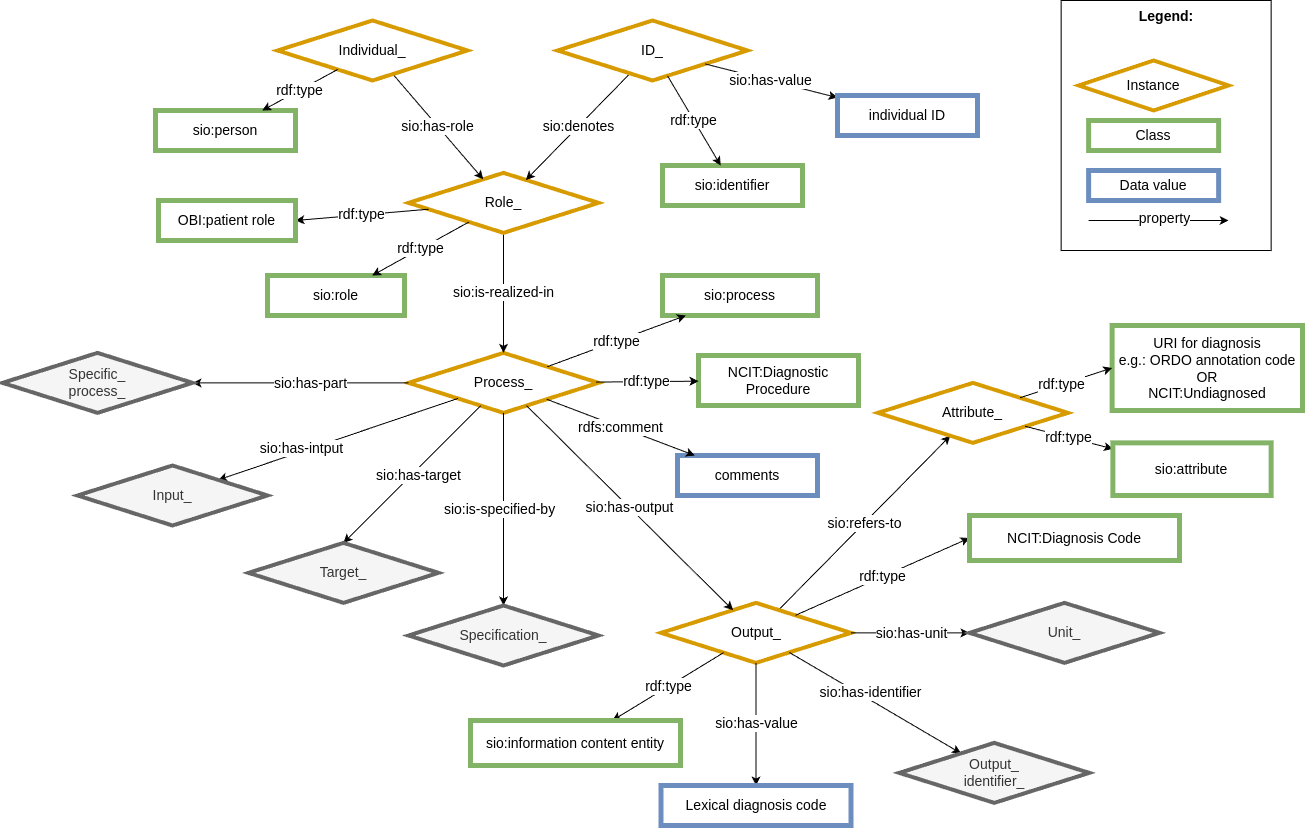
Earlier version of the draw.io export images/CARE-SM-Diagnosis.png (CARE-SM/CARE-Semantic-Model). Source tidied: cells renumbered, new cells last; positions are measured from the earlier drawing's top-left corner, leaving out a move shared by most shapes.
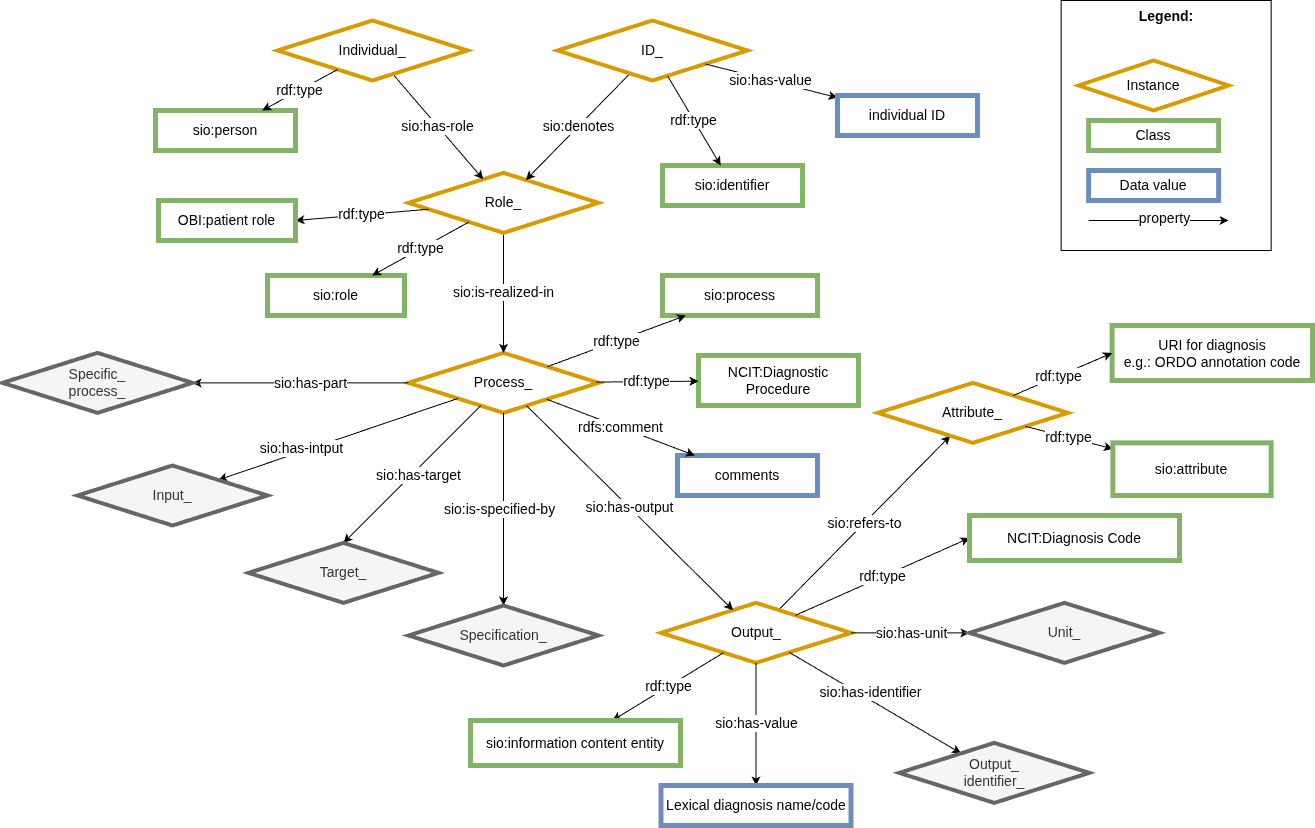
After the change.

Commit message:
Diagnosis image fix related to ORDO

What changed in the source:
```diff
@@ -158,8 +158,8 @@
     <mxCell id="48" value="NCIT:Diagnosis Code" style="whiteSpace=wrap;html=1;fillColor=#FFFFFF;strokeColor=#82b366;strokeWidth=5;fontSize=14;" parent="1" vertex="1">
       <mxGeometry x="967" y="515" width="210" height="45" as="geometry" />
     </mxCell>
-    <mxCell id="49" value="&lt;span style=&quot;background-color: initial;&quot;&gt;&lt;div style=&quot;&quot;&gt;&lt;div&gt;URI for diagnosis&lt;/div&gt;&lt;div&gt;e.g.: ORDO annotation code&lt;/div&gt;&lt;div&gt;OR&lt;/div&gt;&lt;div&gt;NCIT:Undiagnosed&lt;/div&gt;&lt;/div&gt;&lt;/span&gt;" style="whiteSpace=wrap;html=1;fillColor=#FFFFFF;strokeColor=#82b366;strokeWidth=5;fontSize=14;" parent="1" vertex="1">
-      <mxGeometry x="1109.6" y="325" width="190.4" height="85" as="geometry" />
+    <mxCell id="49" value="&lt;span style=&quot;background-color: initial;&quot;&gt;&lt;div style=&quot;&quot;&gt;&lt;div&gt;URI for diagnosis&lt;/div&gt;&lt;div&gt;e.g.: ORDO annotation code&lt;/div&gt;&lt;/div&gt;&lt;/span&gt;" style="whiteSpace=wrap;html=1;fillColor=#FFFFFF;strokeColor=#82b366;strokeWidth=5;fontSize=14;" parent="1" vertex="1">
+      <mxGeometry x="1109.6" y="325" width="200.4" height="55" as="geometry" />
     </mxCell>
     <mxCell id="50" value="rdf:type" style="edgeStyle=none;rounded=0;jettySize=auto;html=1;entryX=0;entryY=0.5;entryDx=0;entryDy=0;fontSize=14;" parent="1" edge="1" source="14" target="49">
       <mxGeometry x="-0.09" relative="1" as="geometry" />
@@ -167,7 +167,7 @@
     <mxCell id="51" value="sio:has-value" style="rounded=0;jettySize=auto;html=1;fontSize=14;" parent="1" edge="1" source="3" target="52">
       <mxGeometry relative="1" as="geometry" />
     </mxCell>
-    <mxCell id="52" value="&lt;font style=&quot;font-size: 14px;&quot;&gt;Lexical diagnosis code&lt;/font&gt;" style="whiteSpace=wrap;html=1;fillColor=#FFFFFF;strokeColor=#6c8ebf;strokeWidth=5;fontSize=14;" parent="1" vertex="1">
+    <mxCell id="52" value="&lt;font style=&quot;font-size: 14px;&quot;&gt;Lexical diagnosis name/code&lt;/font&gt;" style="whiteSpace=wrap;html=1;fillColor=#FFFFFF;strokeColor=#6c8ebf;strokeWidth=5;fontSize=14;" parent="1" vertex="1">
       <mxGeometry x="658.5" y="785" width="190" height="40" as="geometry" />
     </mxCell>
     <mxCell id="53" value="rdf:type" style="edgeStyle=none;rounded=0;jettySize=auto;html=1;entryX=1;entryY=0.5;entryDx=0;entryDy=0;fontSize=14;" parent="1" edge="1" source="9" target="54">
```
